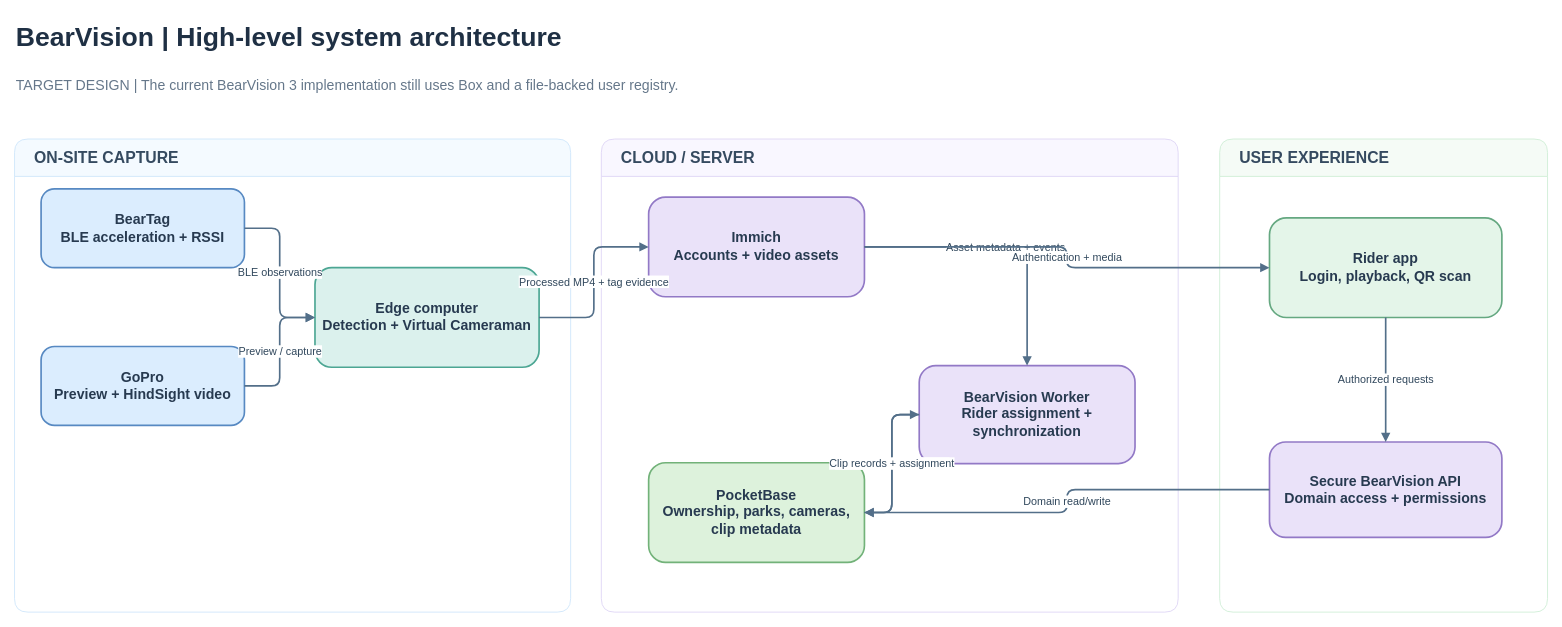
This is docs/confluence/BearVision-system-overview.drawio from BeerBear85/BearVision, a draw.io file, before an edit. Source tidied: cells renumbered, new cells numbered last; positions are measured from the earlier drawing's top-left corner, leaving out a move shared by most shapes. Both pictures are drawn from the tidied source at 83%, with x=0, y=0 at pixel (14, 14).
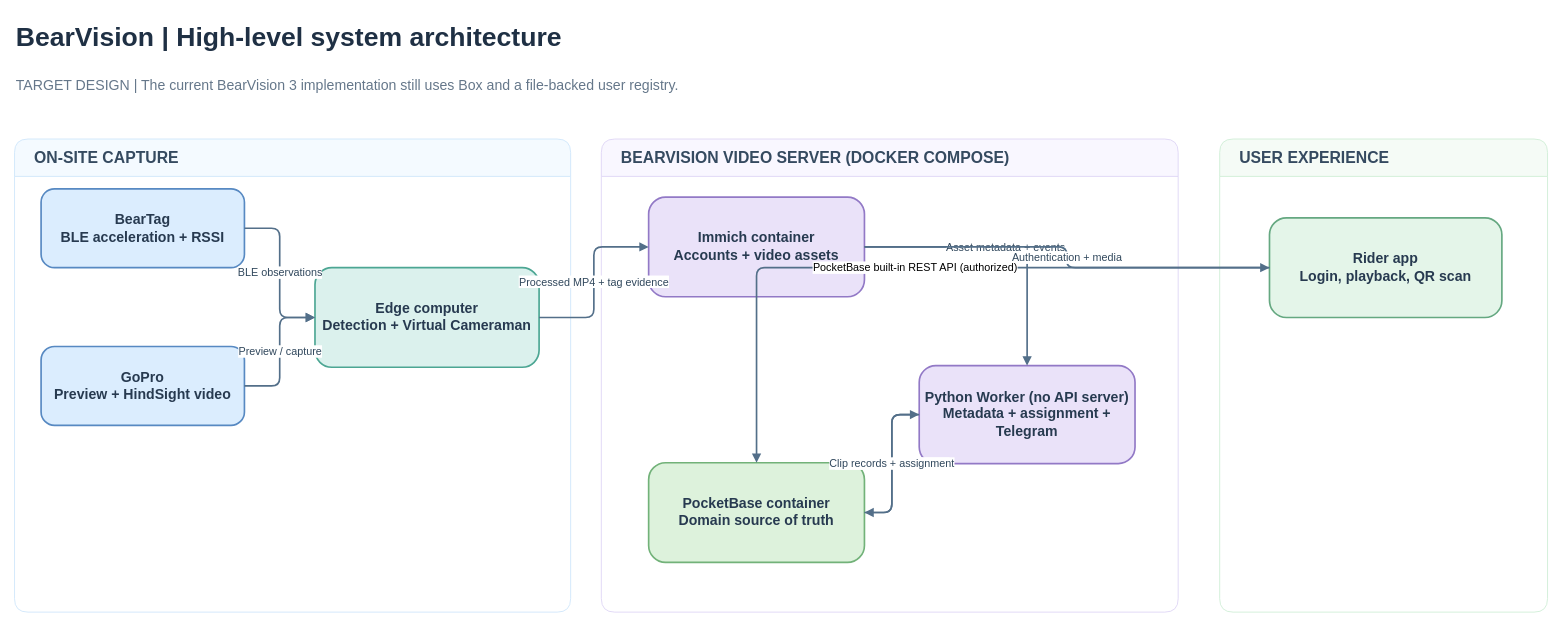
The same page after the edit.

Commit message:
Update BearVision diagram: Docker Compose services, worker as REST client, no custom API

Unchanged cells that the change refers to:
```xml
<mxCell id="13" value="Rider app&lt;br&gt;Login, playback, QR scan" style="rounded=1;arcSize=17;whiteSpace=wrap;html=1;fillColor=#E4F5E9;strokeColor=#65A881;strokeWidth=2;fontColor=#273A50;fontSize=17;fontStyle=1;align=center;verticalAlign=middle;spacing=8;" parent="1" vertex="1">
  <mxGeometry x="1512" y="245" width="280" height="120" as="geometry" />
</mxCell>
```

Diff of the diagram source:
```diff
@@
-    <mxCell id="5" value="CLOUD / SERVER" style="swimlane;html=1;startSize=45;horizontal=1;rounded=1;arcSize=12;fontSize=19;fontStyle=1;align=left;spacingLeft=22;fillColor=#F9F7FF;strokeColor=#DCD3F4;fontColor=#354A60;" parent="1" vertex="1">
+    <mxCell id="5" value="BEARVISION VIDEO SERVER (DOCKER COMPOSE)" style="swimlane;html=1;startSize=45;horizontal=1;rounded=1;arcSize=12;fontSize=19;fontStyle=1;align=left;spacingLeft=22;fillColor=#F9F7FF;strokeColor=#DCD3F4;fontColor=#354A60;" parent="1" vertex="1">
       <mxGeometry x="707" y="150" width="695" height="570" as="geometry" />
     </mxCell>
@@
-    <mxCell id="10" value="Immich&lt;br&gt;Accounts + video assets" style="rounded=1;arcSize=17;whiteSpace=wrap;html=1;fillColor=#EAE2F9;strokeColor=#9279C6;strokeWidth=2;fontColor=#273A50;fontSize=17;fontStyle=1;align=center;verticalAlign=middle;spacing=8;" parent="1" vertex="1">
+    <mxCell id="10" value="Immich container&lt;br&gt;Accounts + video assets" style="rounded=1;arcSize=17;whiteSpace=wrap;html=1;fillColor=#EAE2F9;strokeColor=#9279C6;strokeWidth=2;fontColor=#273A50;fontSize=17;fontStyle=1;align=center;verticalAlign=middle;spacing=8;" parent="1" vertex="1">
       <mxGeometry x="764" y="220" width="260" height="120" as="geometry" />
     </mxCell>
-    <mxCell id="11" value="BearVision Worker&lt;br&gt;Rider assignment + synchronization" style="rounded=1;arcSize=17;whiteSpace=wrap;html=1;fillColor=#EAE2F9;strokeColor=#9279C6;strokeWidth=2;fontColor=#273A50;fontSize=17;fontStyle=1;align=center;verticalAlign=middle;spacing=8;" parent="1" vertex="1">
+    <mxCell id="11" value="Python Worker (no API server)&lt;br&gt;Metadata + assignment + Telegram" style="rounded=1;arcSize=17;whiteSpace=wrap;html=1;fillColor=#EAE2F9;strokeColor=#9279C6;strokeWidth=2;fontColor=#273A50;fontSize=17;fontStyle=1;align=center;verticalAlign=middle;spacing=8;" parent="1" vertex="1">
       <mxGeometry x="1090" y="423" width="260" height="118" as="geometry" />
     </mxCell>
-    <mxCell id="12" value="PocketBase&lt;br&gt;Ownership, parks, cameras, clip metadata" style="rounded=1;arcSize=17;whiteSpace=wrap;html=1;fillColor=#DDF2DC;strokeColor=#72B279;strokeWidth=2;fontColor=#273A50;fontSize=17;fontStyle=1;align=center;verticalAlign=middle;spacing=8;" parent="1" vertex="1">
+    <mxCell id="12" value="PocketBase container&lt;br&gt;Domain source of truth" style="rounded=1;arcSize=17;whiteSpace=wrap;html=1;fillColor=#DDF2DC;strokeColor=#72B279;strokeWidth=2;fontColor=#273A50;fontSize=17;fontStyle=1;align=center;verticalAlign=middle;spacing=8;" parent="1" vertex="1">
       <mxGeometry x="764" y="540" width="260" height="120" as="geometry" />
     </mxCell>
@@
-    <mxCell id="14" value="Secure BearVision API&lt;br&gt;Domain access + permissions" style="rounded=1;arcSize=17;whiteSpace=wrap;html=1;fillColor=#EAE2F9;strokeColor=#9279C6;strokeWidth=2;fontColor=#273A50;fontSize=17;fontStyle=1;align=center;verticalAlign=middle;spacing=8;" parent="1" vertex="1">
-      <mxGeometry x="1512" y="515" width="280" height="115" as="geometry" />
-    </mxCell>
@@
-    <mxCell id="22" value="Authorized requests" style="edgeStyle=orthogonalEdgeStyle;rounded=1;jettySize=auto;html=1;endArrow=block;endFill=1;strokeColor=#536F89;strokeWidth=2;fontSize=13;fontColor=#30475C;labelBackgroundColor=#FFFFFF;" parent="1" edge="1" source="13" target="14">
-      <mxGeometry relative="1" as="geometry" />
-    </mxCell>
-    <mxCell id="23" value="Domain read/write" style="edgeStyle=orthogonalEdgeStyle;rounded=1;jettySize=auto;html=1;endArrow=block;endFill=1;strokeColor=#536F89;strokeWidth=2;fontSize=13;fontColor=#30475C;labelBackgroundColor=#FFFFFF;" parent="1" edge="1" source="14" target="12">
-      <mxGeometry relative="1" as="geometry" />
-    </mxCell>
+    <mxCell id="24" value="PocketBase built-in REST API (authorized)" style="edgeStyle=orthogonalEdgeStyle;rounded=1;html=1;endArrow=block;endFill=1;strokeColor=#536F89;strokeWidth=2;fontSize=13;" parent="1" edge="1" source="13" target="12">
+      <mxGeometry relative="1" as="geometry" />
+    </mxCell>
```
